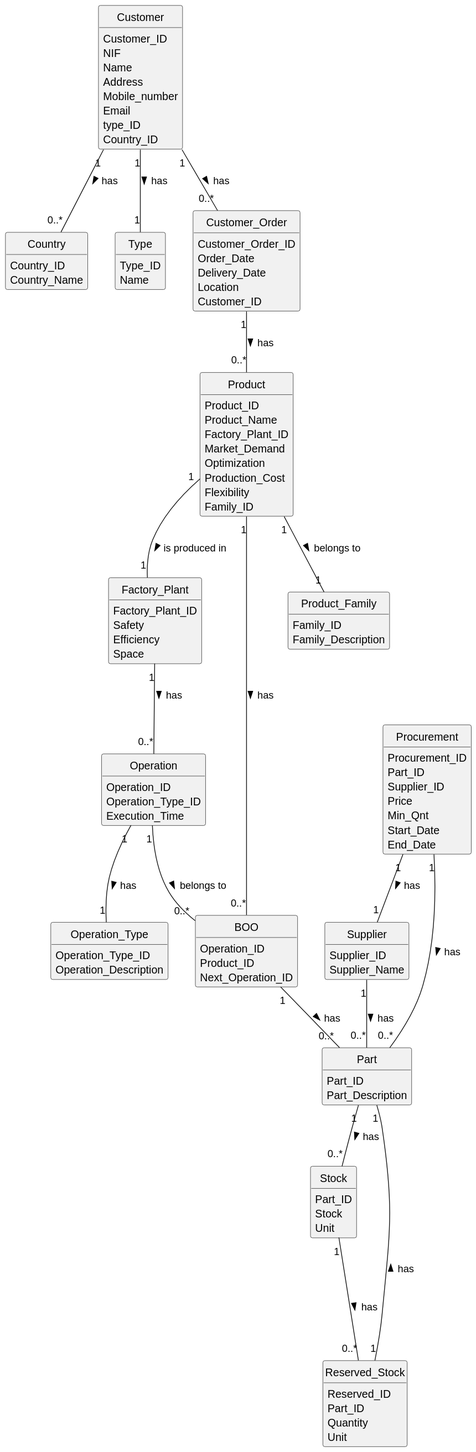
Earlier version of the PlantUML export documentation/Domain_Model.svg (DiogoMMP/industrial-production-management_y2_2024).
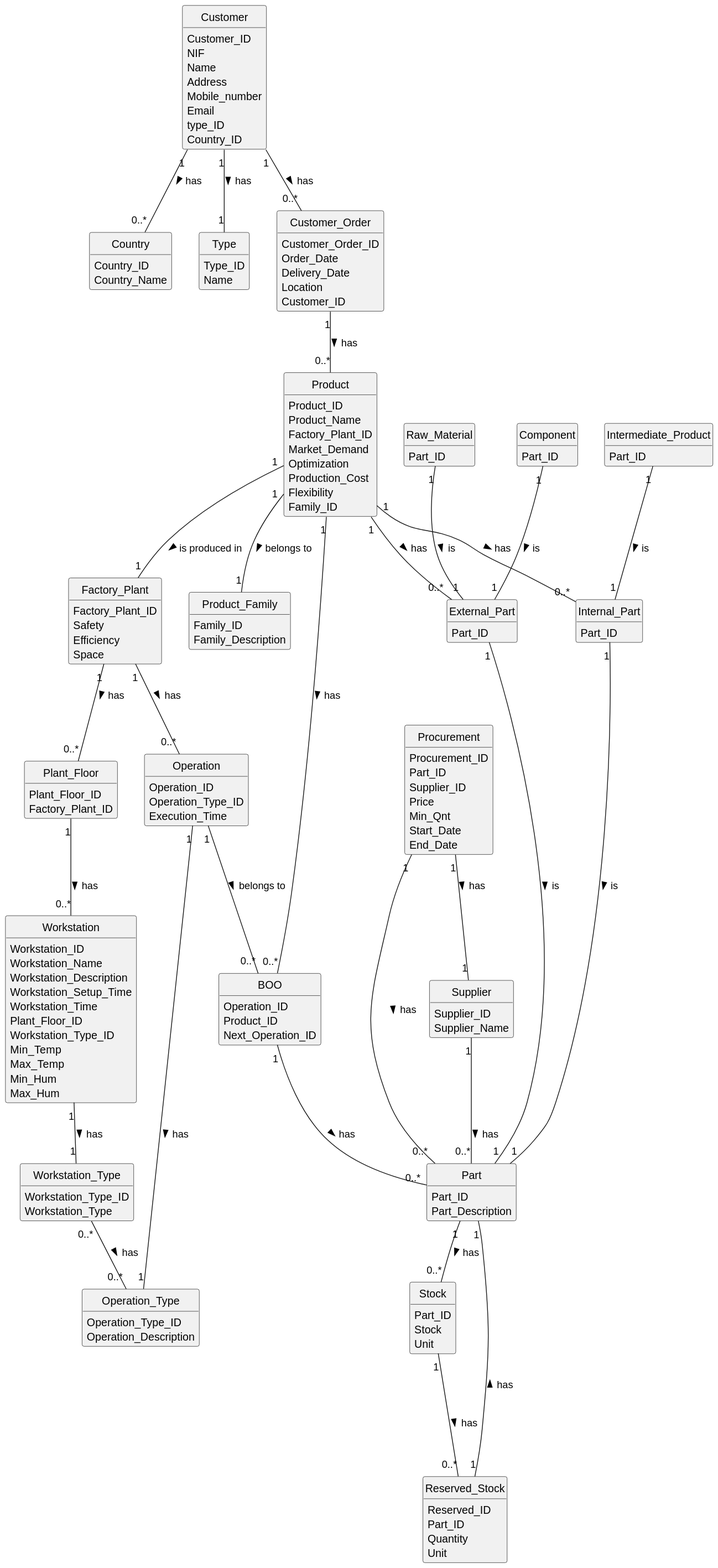
After the commit.

Commit message:
Update Domain Model Time: 30 min

Change to the diagram source:
```diff
@@ -27,6 +27,23 @@
     Production_Cost
     Flexibility
     Family_ID
+}
+
+class Intermediate_Product {
+    Part_ID
+}
+
+class Raw_Material {
+    Part_ID
+}
+
+class Component {
+    Part_ID
+}
+
+class Plant_Floor {
+    Plant_Floor_ID
+    Factory_Plant_ID
 }
 
 class Factory_Plant {
@@ -76,6 +93,14 @@
     Part_Description
 }
 
+class Internal_Part {
+    Part_ID
+}
+
+class External_Part {
+    Part_ID
+}
+
 class Supplier {
     Supplier_ID
     Supplier_Name
@@ -109,6 +134,26 @@
     Family_Description
 }
 
+class Workstation {
+    Workstation_ID
+    Workstation_Name
+    Workstation_Description
+    Workstation_Setup_Time
+    Workstation_Time
+    Plant_Floor_ID
+    Workstation_Type_ID
+    Min_Temp
+    Max_Temp
+    Min_Hum
+    Max_Hum
+}
+
+class Workstation_Type {
+    Workstation_Type_ID
+    Workstation_Type
+}
+
+
 Customer "1" -- "0..*" Customer_Order: has >
 Customer "1" -- "1" Type: has >
 Customer "1" -- "0..*" Country: has >
@@ -122,6 +167,7 @@
 Product "1" -- "1" Product_Family : belongs to >
 
 Factory_Plant "1" -- "0..*" Operation: has >
+Factory_Plant "1" -- "0..*" Plant_Floor: has >
 
 Operation "1" -- "0..*" BOO : belongs to >
 Operation "1" -- "1" Operation_Type : has >
@@ -132,4 +178,18 @@
 Procurement "1" -- "0..*" Part : has >
 Reserved_Stock "1" --- "1" Part : has >
 Supplier "1" -- "0..*" Part : has >
+
+Plant_Floor "1" -- "0..*" Workstation: has >
+Workstation "1" -- "1" Workstation_Type: has >
+Workstation_Type "0..*" -- "0..*" Operation_Type: has >
+
+Internal_Part "1" -- "1" Part: is >
+External_Part "1" -- "1" Part: is >
+
+Product "1" -- "0..*" External_Part: has >
+Product "1" -- "0..*" Internal_Part: has >
+
+Intermediate_Product "1" -- "1" Internal_Part: is >
+Raw_Material "1" -- "1" External_Part: is >
+Component "1" -- "1" External_Part: is >
 @enduml
```
